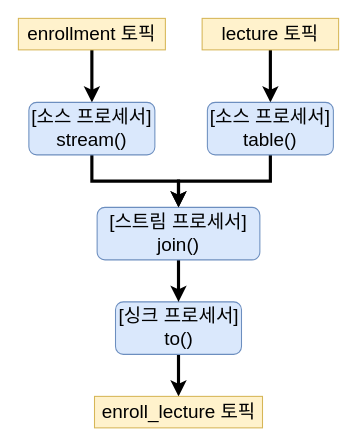
windowforsun/blog keeps this draw.io diagram as drawio/kafka/kafka-streams-dsl-7.drawio. Above is the earlier version. Source tidied: cells renumbered, new cells numbered last; positions are measured from the earlier drawing's top-left corner, leaving out a move shared by most shapes. Both pictures are drawn from the tidied source at 105%, with x=0, y=0 at pixel (18, 18).
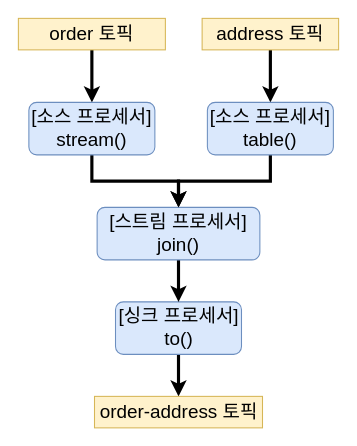
After the change.

The edit, as a diff of the source:
```diff
@@
 <mxGraphModel>
   <root>
     <mxCell id="0" />
     <mxCell id="1" parent="0" />
     <mxCell id="2" style="edgeStyle=orthogonalEdgeStyle;rounded=0;jettySize=auto;html=1;exitX=0.5;exitY=1;exitDx=0;exitDy=0;entryX=0.5;entryY=0;entryDx=0;entryDy=0;fontSize=18;strokeWidth=3;" parent="1" edge="1" source="3" target="5">
       <mxGeometry relative="1" as="geometry" />
     </mxCell>
-    <mxCell id="3" value="&lt;font style=&quot;font-size: 18px;&quot;&gt;enrollment 토픽&lt;/font&gt;" style="rounded=0;whiteSpace=wrap;html=1;fillColor=#fff2cc;strokeColor=#d6b656;" parent="1" vertex="1">
+    <mxCell id="3" value="&lt;font style=&quot;font-size: 18px;&quot;&gt;order 토픽&lt;/font&gt;" style="rounded=0;whiteSpace=wrap;html=1;fillColor=#fff2cc;strokeColor=#d6b656;" parent="1" vertex="1">
       <mxGeometry width="140" height="30" as="geometry" />
     </mxCell>
     <mxCell id="4" style="edgeStyle=orthogonalEdgeStyle;rounded=0;jettySize=auto;html=1;exitX=0.5;exitY=1;exitDx=0;exitDy=0;strokeWidth=3;fontSize=18;entryX=0.5;entryY=0;entryDx=0;entryDy=0;" parent="1" edge="1" source="5" target="10">
       <mxGeometry relative="1" as="geometry" />
     </mxCell>
     <mxCell id="5" value="[소스 프로세서]&lt;br&gt;stream()" style="rounded=1;whiteSpace=wrap;html=1;fontSize=18;fillColor=#dae8fc;strokeColor=#6c8ebf;" parent="1" vertex="1">
       <mxGeometry x="10" y="80" width="120" height="50" as="geometry" />
     </mxCell>
     <mxCell id="6" style="edgeStyle=orthogonalEdgeStyle;rounded=0;jettySize=auto;html=1;exitX=0.5;exitY=1;exitDx=0;exitDy=0;entryX=0.5;entryY=0;entryDx=0;entryDy=0;strokeWidth=3;fontSize=18;" parent="1" edge="1" source="7" target="8">
       <mxGeometry relative="1" as="geometry" />
     </mxCell>
     <mxCell id="7" value="[싱크 프로세서]&lt;br&gt;to()" style="rounded=1;whiteSpace=wrap;html=1;fontSize=18;fillColor=#dae8fc;strokeColor=#6c8ebf;" parent="1" vertex="1">
       <mxGeometry x="92.5" y="270" width="120" height="50" as="geometry" />
     </mxCell>
-    <mxCell id="8" value="&lt;font style=&quot;font-size: 18px;&quot;&gt;enroll_lecture 토픽&lt;/font&gt;" style="rounded=0;whiteSpace=wrap;html=1;fillColor=#fff2cc;strokeColor=#d6b656;" parent="1" vertex="1">
+    <mxCell id="8" value="&lt;font style=&quot;font-size: 18px;&quot;&gt;order-address 토픽&lt;/font&gt;" style="rounded=0;whiteSpace=wrap;html=1;fillColor=#fff2cc;strokeColor=#d6b656;" parent="1" vertex="1">
       <mxGeometry x="72.5" y="360" width="160" height="30" as="geometry" />
     </mxCell>
     <mxCell id="9" style="edgeStyle=orthogonalEdgeStyle;rounded=0;jettySize=auto;html=1;exitX=0.5;exitY=1;exitDx=0;exitDy=0;entryX=0.5;entryY=0;entryDx=0;entryDy=0;strokeWidth=3;" parent="1" edge="1" source="10" target="7">
       <mxGeometry relative="1" as="geometry" />
     </mxCell>
     <mxCell id="10" value="[스트림 프로세서]&lt;br&gt;join()" style="rounded=1;whiteSpace=wrap;html=1;fontSize=18;fillColor=#dae8fc;strokeColor=#6c8ebf;" parent="1" vertex="1">
       <mxGeometry x="75" y="180" width="155" height="50" as="geometry" />
     </mxCell>
     <mxCell id="11" style="edgeStyle=orthogonalEdgeStyle;rounded=0;jettySize=auto;html=1;exitX=0.5;exitY=1;exitDx=0;exitDy=0;entryX=0.5;entryY=0;entryDx=0;entryDy=0;strokeWidth=3;" parent="1" edge="1" source="12" target="14">
       <mxGeometry relative="1" as="geometry" />
     </mxCell>
-    <mxCell id="12" value="&lt;font style=&quot;font-size: 18px;&quot;&gt;lecture 토픽&lt;/font&gt;" style="rounded=0;whiteSpace=wrap;html=1;fillColor=#fff2cc;strokeColor=#d6b656;" parent="1" vertex="1">
+    <mxCell id="12" value="&lt;font style=&quot;font-size: 18px;&quot;&gt;address 토픽&lt;/font&gt;" style="rounded=0;whiteSpace=wrap;html=1;fillColor=#fff2cc;strokeColor=#d6b656;" parent="1" vertex="1">
       <mxGeometry x="175" width="130" height="30" as="geometry" />
     </mxCell>
     <mxCell id="13" style="edgeStyle=orthogonalEdgeStyle;rounded=0;jettySize=auto;html=1;exitX=0.5;exitY=1;exitDx=0;exitDy=0;entryX=0.5;entryY=0;entryDx=0;entryDy=0;strokeWidth=3;" parent="1" edge="1" source="14" target="10">
       <mxGeometry relative="1" as="geometry" />
     </mxCell>
     <mxCell id="14" value="[소스 프로세서]&lt;br&gt;table()" style="rounded=1;whiteSpace=wrap;html=1;fontSize=18;fillColor=#dae8fc;strokeColor=#6c8ebf;" parent="1" vertex="1">
       <mxGeometry x="180" y="80" width="120" height="50" as="geometry" />
     </mxCell>
   </root>
 </mxGraphModel>
```
